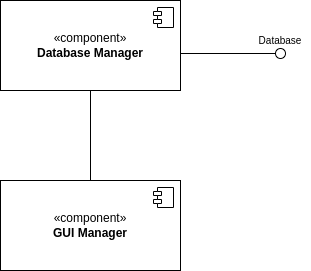
talhafatihbulbul/NGO-AOMSYS keeps this draw.io diagram as sdd/images/component_diagram.png. Above is the earlier version. Source tidied: cells renumbered, new cells last; positions are measured from the earlier drawing's top-left corner, leaving out a move shared by most shapes.
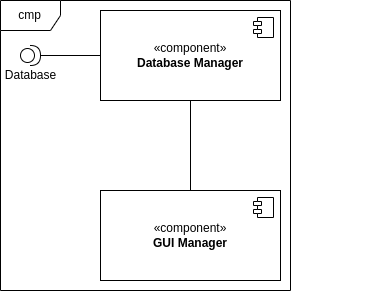
The same file after the commit.

Diff of the diagram source:
```diff
@@ -21,20 +21,20 @@
     <mxCell id="6" style="ellipse;whiteSpace=wrap;html=1;align=center;fillColor=none;strokeColor=none;perimeter=centerPerimeter;" parent="1" vertex="1">
       <mxGeometry x="235" y="150" width="10" height="10" as="geometry" />
     </mxCell>
-    <mxCell id="7" style="rounded=0;orthogonalLoop=1;jettySize=auto;html=1;endArrow=oval;endFill=0;sketch=0;sourcePerimeterSpacing=0;targetPerimeterSpacing=0;endSize=10;exitX=0.996;exitY=0.588;exitDx=0;exitDy=0;exitPerimeter=0;" parent="1" edge="1">
-      <mxGeometry relative="1" as="geometry">
-        <mxPoint x="180" y="53" as="sourcePoint" />
-        <mxPoint x="280" y="53" as="targetPoint" />
-      </mxGeometry>
-    </mxCell>
     <mxCell id="8" style="ellipse;whiteSpace=wrap;html=1;align=center;fillColor=none;strokeColor=none;perimeter=centerPerimeter;" parent="1" vertex="1">
-      <mxGeometry x="300" y="80" width="10" height="10" as="geometry" />
+      <mxGeometry x="280" y="80" width="10" height="10" as="geometry" />
     </mxCell>
     <mxCell id="9" style="endArrow=none;html=1;edgeStyle=orthogonalEdgeStyle;rounded=0;entryX=0.5;entryY=1;entryDx=0;entryDy=0;exitX=0.5;exitY=0;exitDx=0;exitDy=0;" parent="1" edge="1" source="4" target="2">
       <mxGeometry relative="1" as="geometry" />
     </mxCell>
-    <mxCell id="10" value="&lt;font style=&quot;font-size: 10px;&quot;&gt;Database&lt;/font&gt;" style="text;html=1;align=center;verticalAlign=middle;whiteSpace=wrap;rounded=0;" parent="1" vertex="1">
-      <mxGeometry x="250" y="30" width="60" height="20" as="geometry" />
+    <mxCell id="10" value="Database" style="shape=providedRequiredInterface;html=1;verticalLabelPosition=bottom;sketch=0;rotation=0;" parent="1" vertex="1">
+      <mxGeometry x="-80" y="35" width="20" height="20" as="geometry" />
     </mxCell>
+    <mxCell id="11" style="endArrow=none;html=1;edgeStyle=orthogonalEdgeStyle;rounded=0;exitX=1;exitY=0.5;exitDx=0;exitDy=0;exitPerimeter=0;entryX=0;entryY=0.5;entryDx=0;entryDy=0;" parent="1" edge="1" source="10" target="2">
+      <mxGeometry relative="1" as="geometry" />
+    </mxCell>
+    <mxCell id="12" value="cmp" style="shape=umlFrame;whiteSpace=wrap;html=1;" parent="1" vertex="1">
+      <mxGeometry x="-100" y="-10" width="290" height="290" as="geometry" />
+    </mxCell>
   </root>
 </mxGraphModel>
```
